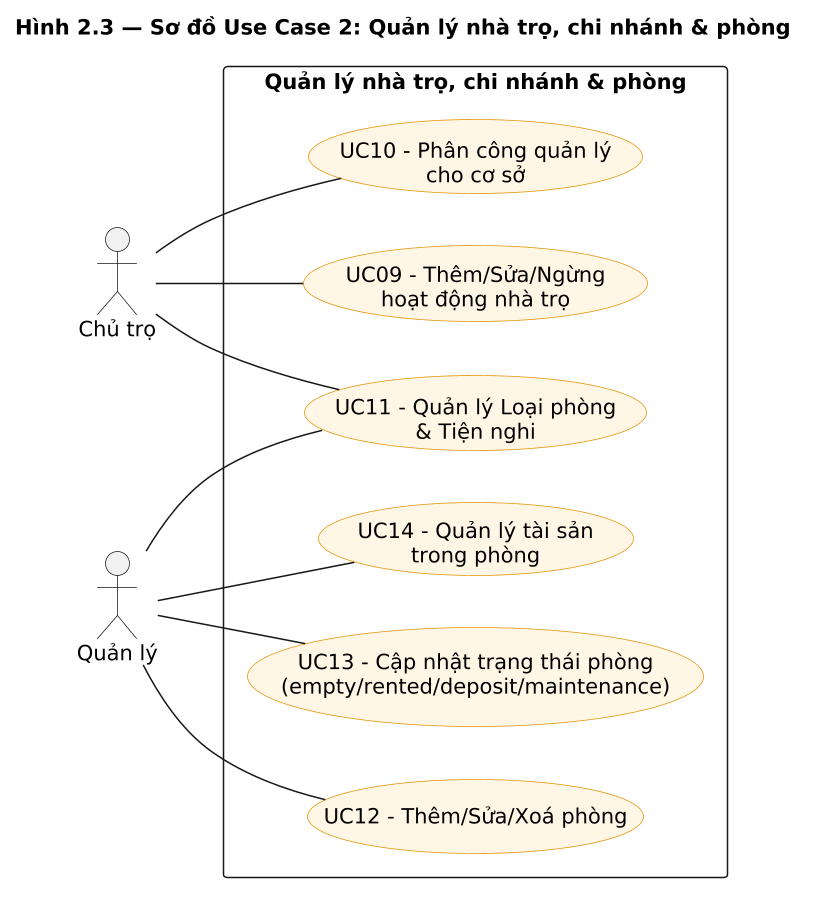
This is docs/diagrams/png/2.03_uc_room.png from DiepTuHuy/Hostel_Management, a PlantUML export, as it was before one commit.
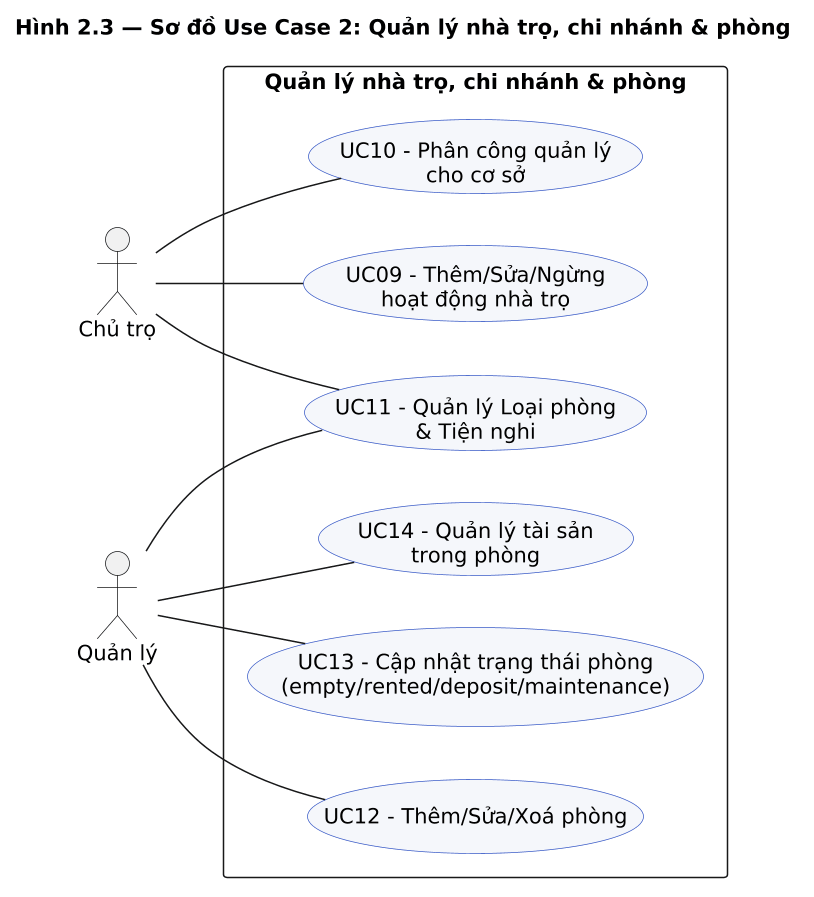
Above is the later version.

The edit, as a diff of the source:
```diff
@@ -6,14 +6,14 @@
 skinparam packageStyle rectangle
 skinparam shadowing false
 skinparam usecase {
-  BackgroundColor #FFF6E5
-  BorderColor #E59300
+  BackgroundColor #F5F7FB
+  BorderColor #3A5BC7
 }
 
 actor "Chủ trọ"  as Owner
 actor "Quản lý"  as Manager
 
-rectangle "Quản lý nhà trọ, chi nhánh & phòng" #FAFCFF {
+rectangle "Quản lý nhà trọ, chi nhánh & phòng" {
   usecase "UC09 - Thêm/Sửa/Ngừng\nhoạt động nhà trọ"     as R1
   usecase "UC10 - Phân công quản lý\ncho cơ sở"          as R2
   usecase "UC11 - Quản lý Loại phòng\n& Tiện nghi"       as R3
```
